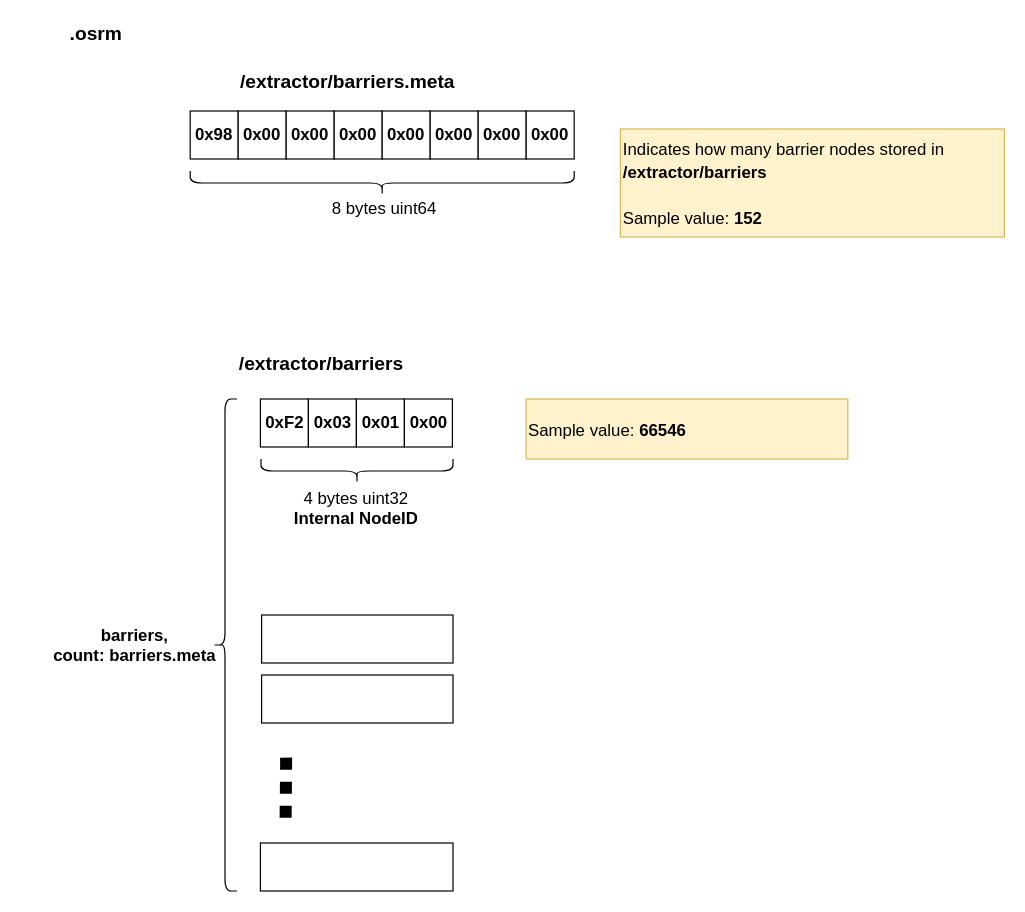
The draw.io diagram map.osrm.extractor.traffic_lights.drawio in wangyoucao577/drawio, before the edit. Source tidied: cells renumbered, new cells numbered last; positions are measured from the earlier drawing's top-left corner, leaving out a move shared by most shapes. Both pictures are drawn from the tidied source at 120%, with x=0, y=0 at pixel (44, -10).
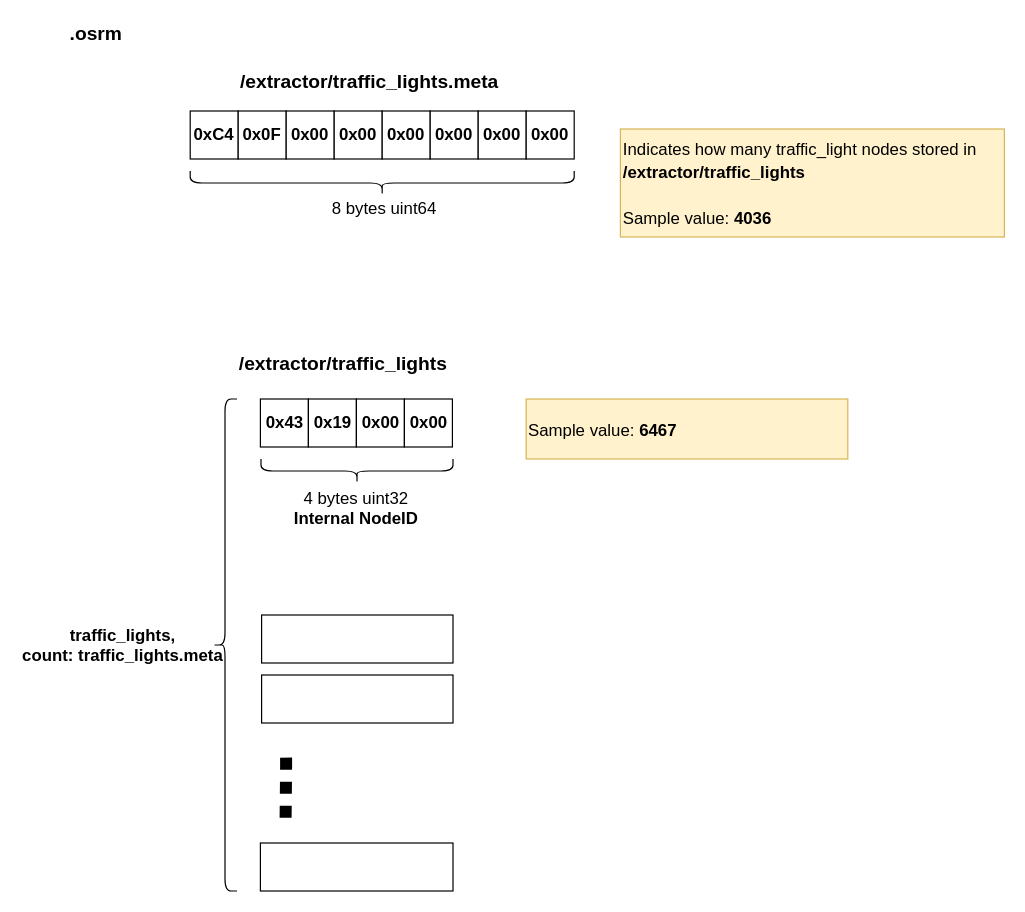
The same diagram, later.

The edit, as a diff of the source:
```diff
@@
-    <mxCell id="2" value="0x98" style="rounded=0;whiteSpace=wrap;html=1;fontStyle=1;fontSize=14;" parent="1" vertex="1">
+    <mxCell id="2" value="0xC4" style="rounded=0;whiteSpace=wrap;html=1;fontStyle=1;fontSize=14;" parent="1" vertex="1">
       <mxGeometry x="121" y="100" width="40" height="40" as="geometry" />
     </mxCell>
-    <mxCell id="3" value="0x00" style="rounded=0;whiteSpace=wrap;html=1;fontStyle=1;fontSize=14;" parent="1" vertex="1">
+    <mxCell id="3" value="0x0F" style="rounded=0;whiteSpace=wrap;html=1;fontStyle=1;fontSize=14;" parent="1" vertex="1">
       <mxGeometry x="161" y="100" width="40" height="40" as="geometry" />
     </mxCell>
@@
-    <mxCell id="13" value="/extractor/barriers.meta" style="text;html=1;strokeColor=none;fillColor=none;align=left;verticalAlign=middle;whiteSpace=wrap;rounded=0;fontSize=16;fontStyle=1;" parent="1" vertex="1">
+    <mxCell id="13" value="/extractor/traffic_lights.meta" style="text;html=1;strokeColor=none;fillColor=none;align=left;verticalAlign=middle;whiteSpace=wrap;rounded=0;fontSize=16;fontStyle=1;" parent="1" vertex="1">
       <mxGeometry x="161" y="65" width="245" height="20" as="geometry" />
     </mxCell>
-    <mxCell id="14" value="&lt;font style=&quot;font-size: 14px&quot;&gt;&lt;span style=&quot;font-weight: normal&quot;&gt;Indicates how many barrier nodes stored in &lt;br&gt;&lt;/span&gt;/extractor/barriers&lt;br&gt;&lt;br&gt;&lt;span style=&quot;font-weight: 400 ; text-align: center&quot;&gt;Sample value:&amp;nbsp;&lt;/span&gt;&lt;b style=&quot;text-align: center&quot;&gt;152&lt;/b&gt;&lt;br&gt;&lt;/font&gt;" style="text;html=1;strokeColor=#d6b656;fillColor=#fff2cc;align=left;verticalAlign=middle;whiteSpace=wrap;rounded=0;fontSize=16;fontStyle=1;" parent="1" vertex="1">
+    <mxCell id="14" value="&lt;font style=&quot;font-size: 14px&quot;&gt;&lt;span style=&quot;font-weight: normal&quot;&gt;Indicates how many traffic_light nodes stored in &lt;br&gt;&lt;/span&gt;/extractor/traffic_lights&lt;br&gt;&lt;br&gt;&lt;span style=&quot;font-weight: 400 ; text-align: center&quot;&gt;Sample value:&amp;nbsp;&lt;/span&gt;&lt;b style=&quot;text-align: center&quot;&gt;4036&lt;/b&gt;&lt;br&gt;&lt;/font&gt;" style="text;html=1;strokeColor=#d6b656;fillColor=#fff2cc;align=left;verticalAlign=middle;whiteSpace=wrap;rounded=0;fontSize=16;fontStyle=1;" parent="1" vertex="1">
       <mxGeometry x="479.5" y="115" width="320" height="90" as="geometry" />
     </mxCell>
-    <mxCell id="15" value="/extractor/barriers" style="text;html=1;strokeColor=none;fillColor=none;align=left;verticalAlign=middle;whiteSpace=wrap;rounded=0;fontSize=16;fontStyle=1;" parent="1" vertex="1">
+    <mxCell id="15" value="/extractor/traffic_lights" style="text;html=1;strokeColor=none;fillColor=none;align=left;verticalAlign=middle;whiteSpace=wrap;rounded=0;fontSize=16;fontStyle=1;" parent="1" vertex="1">
       <mxGeometry x="160" y="300" width="245" height="20" as="geometry" />
     </mxCell>
-    <mxCell id="16" value="0xF2" style="rounded=0;whiteSpace=wrap;html=1;fontStyle=1;fontSize=14;" parent="1" vertex="1">
+    <mxCell id="16" value="0x43" style="rounded=0;whiteSpace=wrap;html=1;fontStyle=1;fontSize=14;" parent="1" vertex="1">
       <mxGeometry x="179.5" y="340" width="40" height="40" as="geometry" />
     </mxCell>
-    <mxCell id="17" value="0x03" style="rounded=0;whiteSpace=wrap;html=1;fontStyle=1;fontSize=14;" parent="1" vertex="1">
+    <mxCell id="17" value="0x19" style="rounded=0;whiteSpace=wrap;html=1;fontStyle=1;fontSize=14;" parent="1" vertex="1">
       <mxGeometry x="219.5" y="340" width="40" height="40" as="geometry" />
     </mxCell>
-    <mxCell id="18" value="0x01" style="rounded=0;whiteSpace=wrap;html=1;fontStyle=1;fontSize=14;" parent="1" vertex="1">
+    <mxCell id="18" value="0x00" style="rounded=0;whiteSpace=wrap;html=1;fontStyle=1;fontSize=14;" parent="1" vertex="1">
       <mxGeometry x="259.5" y="340" width="40" height="40" as="geometry" />
     </mxCell>
@@
-    <mxCell id="22" value="&lt;span style=&quot;font-size: 14px ; font-weight: 400&quot;&gt;Sample value: &lt;/span&gt;&lt;span style=&quot;font-size: 14px&quot;&gt;66546&lt;/span&gt;&lt;span style=&quot;font-size: 14px ; font-weight: 400&quot;&gt;&lt;br&gt;&lt;/span&gt;" style="text;html=1;strokeColor=#d6b656;fillColor=#fff2cc;align=left;verticalAlign=middle;whiteSpace=wrap;rounded=0;fontSize=16;fontStyle=1;" parent="1" vertex="1">
+    <mxCell id="22" value="&lt;span style=&quot;font-size: 14px ; font-weight: 400&quot;&gt;Sample value: &lt;/span&gt;&lt;span style=&quot;font-size: 14px&quot;&gt;6467&lt;/span&gt;&lt;span style=&quot;font-size: 14px ; font-weight: 400&quot;&gt;&lt;br&gt;&lt;/span&gt;" style="text;html=1;strokeColor=#d6b656;fillColor=#fff2cc;align=left;verticalAlign=middle;whiteSpace=wrap;rounded=0;fontSize=16;fontStyle=1;" parent="1" vertex="1">
       <mxGeometry x="401" y="340" width="268" height="50" as="geometry" />
     </mxCell>
@@
-    <mxCell id="27" value="&lt;b&gt;barriers, &lt;br&gt;count: barriers.meta&lt;/b&gt;" style="text;html=1;strokeColor=none;fillColor=none;align=center;verticalAlign=middle;whiteSpace=wrap;rounded=0;fontSize=14;" parent="1" vertex="1">
-      <mxGeometry y="512.5" width="150" height="65" as="geometry" />
+    <mxCell id="27" value="&lt;b&gt;traffic_lights, &lt;br&gt;count: traffic_lights.meta&lt;/b&gt;" style="text;html=1;strokeColor=none;fillColor=none;align=center;verticalAlign=middle;whiteSpace=wrap;rounded=0;fontSize=14;" parent="1" vertex="1">
+      <mxGeometry x="-20" y="512.5" width="170" height="65" as="geometry" />
     </mxCell>
```
